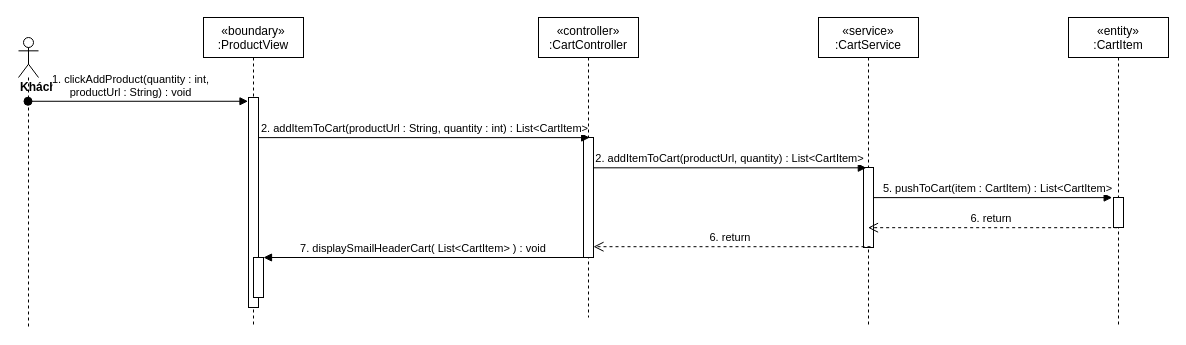
The draw.io diagram sequence diagram/add-product-toCart-sequence.drawio in nguyenphamvan/datn_20202, before the edit. Source tidied: cells renumbered, new cells numbered last; positions are measured from the earlier drawing's top-left corner, leaving out a move shared by most shapes. Both pictures are drawn from the tidied source at 100%, with x=0, y=0 at pixel (18, 17).
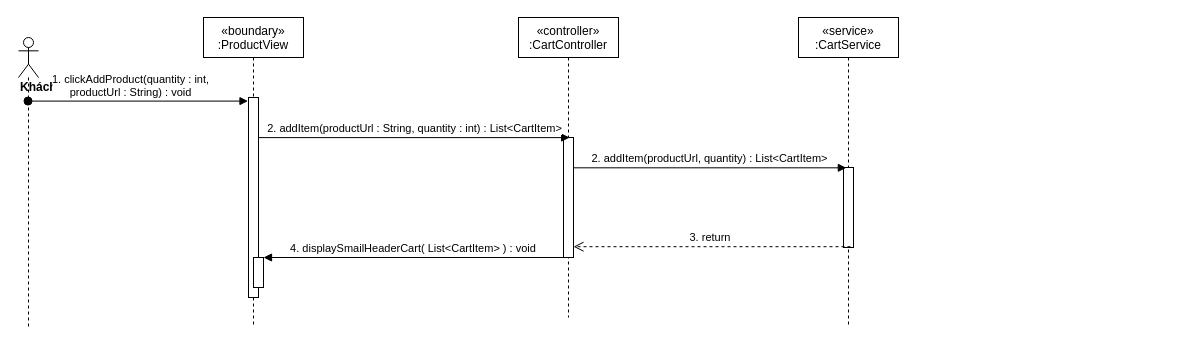
The same page after the edit.

Change to the diagram source:
```diff
@@
 <mxGraphModel>
   <root>
     <mxCell id="0" />
     <mxCell id="1" parent="0" />
     <mxCell id="2" value="«boundary»&#10;:ProductView" style="shape=umlLifeline;perimeter=lifelinePerimeter;rounded=0;shadow=0;strokeWidth=1;" parent="1" vertex="1">
       <mxGeometry x="185" width="100" height="310" as="geometry" />
     </mxCell>
     <mxCell id="3" style="points=[];perimeter=orthogonalPerimeter;rounded=0;shadow=0;strokeWidth=1;" parent="2" vertex="1">
-      <mxGeometry x="45" y="80" width="10" height="210" as="geometry" />
+      <mxGeometry x="45" y="80" width="10" height="200" as="geometry" />
     </mxCell>
     <mxCell id="4" style="html=1;points=[];perimeter=orthogonalPerimeter;" parent="2" vertex="1">
-      <mxGeometry x="50" y="240" width="10" height="40" as="geometry" />
+      <mxGeometry x="50" y="240" width="10" height="30" as="geometry" />
     </mxCell>
     <mxCell id="5" value="«controller»&#10;:CartController" style="shape=umlLifeline;perimeter=lifelinePerimeter;rounded=0;shadow=0;strokeWidth=1;" parent="1" vertex="1">
-      <mxGeometry x="520" width="100" height="300" as="geometry" />
+      <mxGeometry x="500" width="100" height="300" as="geometry" />
     </mxCell>
     <mxCell id="6" style="points=[];perimeter=orthogonalPerimeter;rounded=0;shadow=0;strokeWidth=1;" parent="5" vertex="1">
       <mxGeometry x="45" y="120" width="10" height="120" as="geometry" />
     </mxCell>
     <mxCell id="7" value="&lt;div&gt;&lt;b&gt;Khách&lt;/b&gt;&lt;/div&gt;" style="shape=umlLifeline;participant=umlActor;perimeter=lifelinePerimeter;whiteSpace=wrap;html=1;verticalAlign=top;spacingTop=36;outlineConnect=0;align=left;" parent="1" vertex="1">
       <mxGeometry y="20" width="20" height="290" as="geometry" />
     </mxCell>
     <mxCell id="8" value="1. clickAddProduct(quantity : int, &#10;productUrl : String) : void" style="verticalAlign=bottom;startArrow=oval;endArrow=block;startSize=8;shadow=0;strokeWidth=1;entryX=-0.05;entryY=0.018;entryDx=0;entryDy=0;entryPerimeter=0;" parent="1" edge="1" source="7" target="3">
       <mxGeometry x="-0.06" relative="1" as="geometry" />
     </mxCell>
     <mxCell id="9" value="«service»&#10;:CartService" style="shape=umlLifeline;perimeter=lifelinePerimeter;rounded=0;shadow=0;strokeWidth=1;" parent="1" vertex="1">
-      <mxGeometry x="800" width="100" height="310" as="geometry" />
+      <mxGeometry x="780" width="100" height="310" as="geometry" />
     </mxCell>
     <mxCell id="10" style="points=[];perimeter=orthogonalPerimeter;rounded=0;shadow=0;strokeWidth=1;" parent="9" vertex="1">
       <mxGeometry x="45" y="150" width="10" height="80" as="geometry" />
     </mxCell>
-    <mxCell id="11" value="2. addItemToCart(productUrl : String, quantity : int) : List&amp;lt;CartItem&amp;gt;" style="html=1;verticalAlign=bottom;endArrow=block;entryX=0.617;entryY=0.001;entryDx=0;entryDy=0;entryPerimeter=0;" parent="1" edge="1" source="3" target="6">
+    <mxCell id="11" value="2. addItem(productUrl : String, quantity : int) : List&amp;lt;CartItem&amp;gt;" style="html=1;verticalAlign=bottom;endArrow=block;entryX=0.617;entryY=0.001;entryDx=0;entryDy=0;entryPerimeter=0;" parent="1" edge="1" source="3" target="6">
       <mxGeometry relative="1" as="geometry" />
     </mxCell>
-    <mxCell id="12" value="2. addItemToCart(productUrl, quantity) : List&amp;lt;CartItem&amp;gt;" style="html=1;verticalAlign=bottom;endArrow=block;entryX=0.283;entryY=0.004;entryDx=0;entryDy=0;entryPerimeter=0;" parent="1" edge="1" source="6" target="10">
+    <mxCell id="12" value="2. addItem(productUrl, quantity) : List&amp;lt;CartItem&amp;gt;" style="html=1;verticalAlign=bottom;endArrow=block;entryX=0.283;entryY=0.004;entryDx=0;entryDy=0;entryPerimeter=0;" parent="1" edge="1" source="6" target="10">
       <mxGeometry relative="1" as="geometry" />
     </mxCell>
-    <mxCell id="13" value="«entity»&#10;:CartItem" style="shape=umlLifeline;perimeter=lifelinePerimeter;rounded=0;shadow=0;strokeWidth=1;" parent="1" vertex="1">
-      <mxGeometry x="1050" width="100" height="310" as="geometry" />
-    </mxCell>
-    <mxCell id="14" style="points=[];perimeter=orthogonalPerimeter;rounded=0;shadow=0;strokeWidth=1;" parent="13" vertex="1">
-      <mxGeometry x="45" y="180" width="10" height="30" as="geometry" />
-    </mxCell>
-    <mxCell id="15" value="5. pushToCart(item : CartItem) : List&amp;lt;CartItem&amp;gt;" style="html=1;verticalAlign=bottom;endArrow=block;entryX=-0.133;entryY=0.004;entryDx=0;entryDy=0;entryPerimeter=0;" parent="1" edge="1" source="10" target="14">
-      <mxGeometry x="0.04" relative="1" as="geometry" />
-    </mxCell>
-    <mxCell id="16" value="6. return&amp;nbsp;" style="html=1;verticalAlign=bottom;endArrow=open;dashed=1;endSize=8;exitX=0.367;exitY=1.006;exitDx=0;exitDy=0;exitPerimeter=0;" parent="1" edge="1" source="14" target="9">
-      <mxGeometry relative="1" as="geometry" />
-    </mxCell>
-    <mxCell id="17" value="6. return&amp;nbsp;" style="html=1;verticalAlign=bottom;endArrow=open;dashed=1;endSize=8;exitX=0.7;exitY=0.99;exitDx=0;exitDy=0;exitPerimeter=0;" parent="1" edge="1" source="10" target="6">
+    <mxCell id="17" value="3. return&amp;nbsp;" style="html=1;verticalAlign=bottom;endArrow=open;dashed=1;endSize=8;exitX=0.7;exitY=0.99;exitDx=0;exitDy=0;exitPerimeter=0;" parent="1" edge="1" source="10" target="6">
       <mxGeometry relative="1" as="geometry" />
     </mxCell>
-    <mxCell id="18" value="7. displaySmailHeaderCart( List&lt;CartItem&gt; ) : void" style="verticalAlign=bottom;endArrow=block;shadow=0;strokeWidth=1;" parent="1" edge="1" source="6" target="4">
+    <mxCell id="18" value="4. displaySmailHeaderCart( List&lt;CartItem&gt; ) : void" style="verticalAlign=bottom;endArrow=block;shadow=0;strokeWidth=1;" parent="1" edge="1" source="6" target="4">
       <mxGeometry relative="1" as="geometry" />
     </mxCell>
   </root>
 </mxGraphModel>
```
